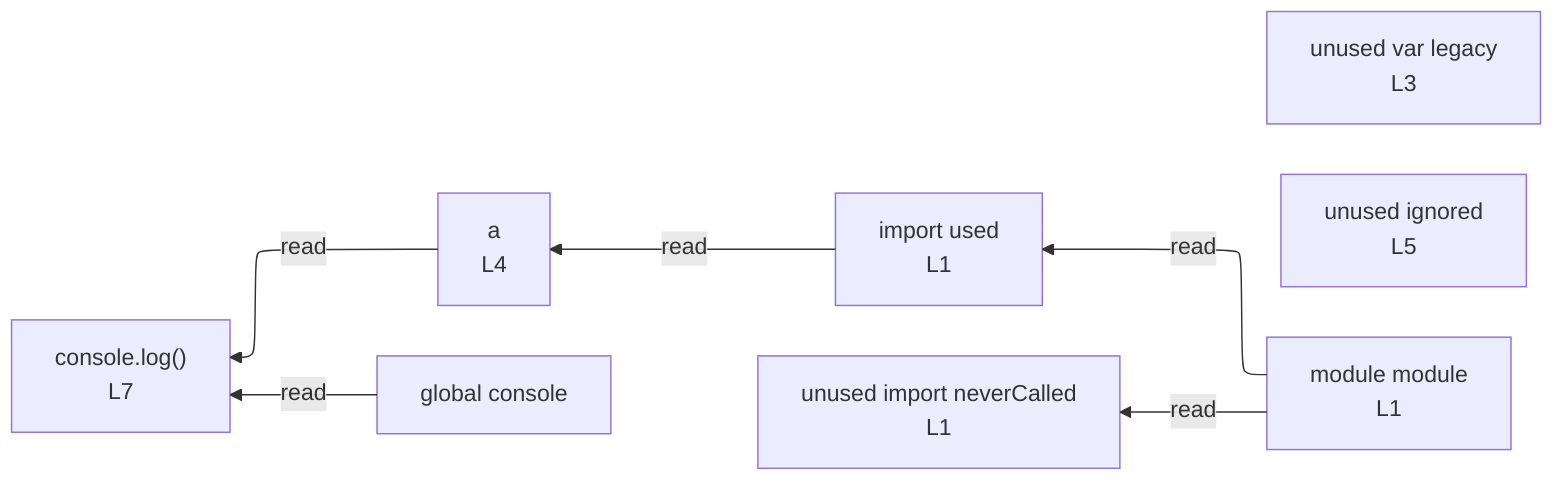
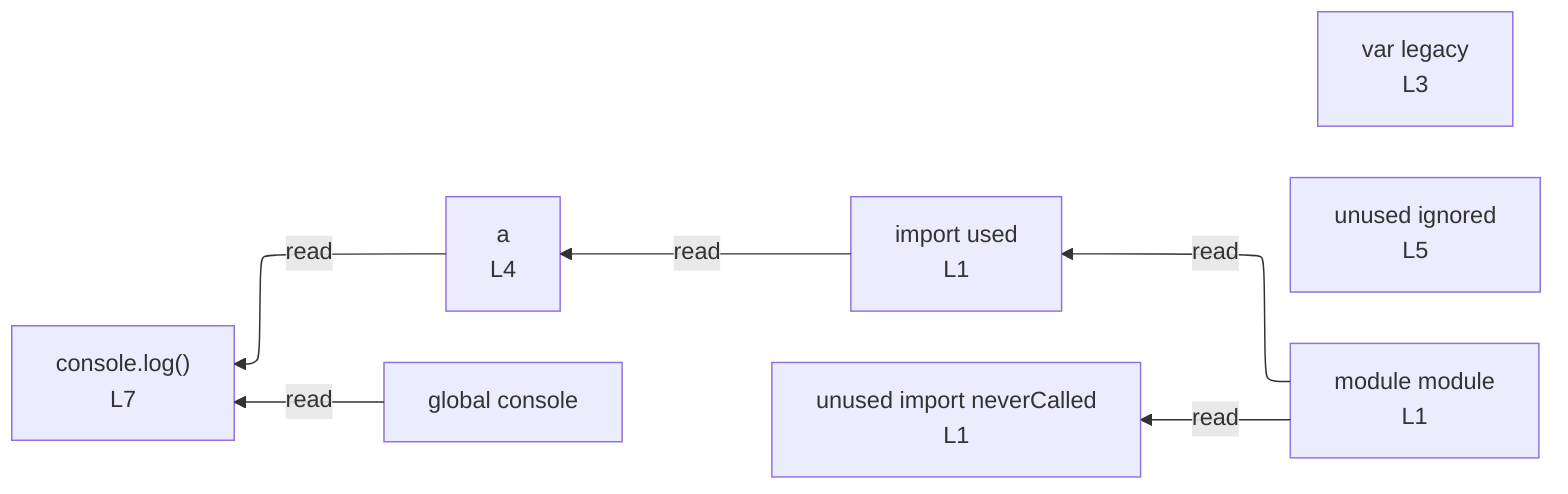
%%{init: {"flowchart": {"defaultRenderer": "elk"}}}%%
flowchart RL
  n_scope_0_used_9["import used<br/>L1"]
  n_scope_0_neverCalled_15["unused import neverCalled<br/>L1"]
-   n_scope_0_legacy_49["unused var legacy<br/>L3"]
+   n_scope_0_legacy_49["var legacy<br/>L3"]
  n_scope_0_a_67["a<br/>L4"]
  n_scope_0_ignored_83["unused ignored<br/>L5"]
  n_scope_0_console_98["global console"]
  n_scope_0_used_9 -->|read| n_scope_0_a_67
  n_scope_0_console_98 -->|read| expr_stmt_98
  n_scope_0_a_67 -->|read| expr_stmt_98
  expr_stmt_98["console.log()<br/>L7"]
  mod_module["module module<br/>L1"]
  mod_module -->|read| n_scope_0_used_9
  mod_module -->|read| n_scope_0_neverCalled_15
